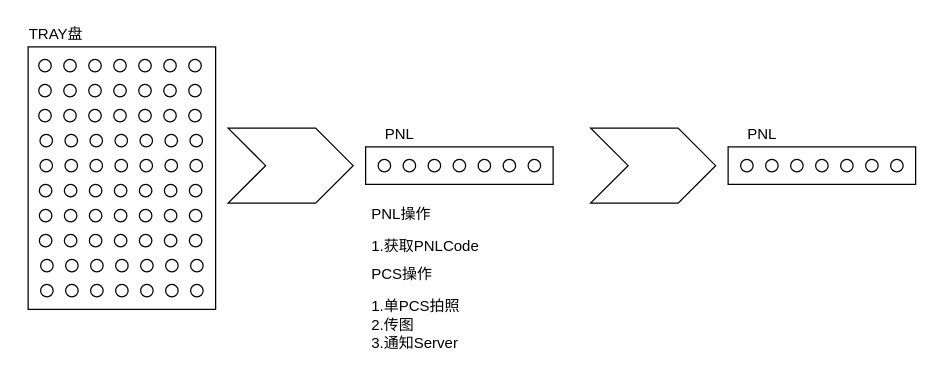
Above: AVI线体逻辑规划.drawio in LeaderXinjianSun/Drawio (draw.io), before the change. Source tidied: cells renumbered, new cells numbered last; positions are measured from the earlier drawing's top-left corner, leaving out a move shared by most shapes. Both pictures are drawn from the tidied source at 125%, with x=0, y=0 at pixel (21, 21).
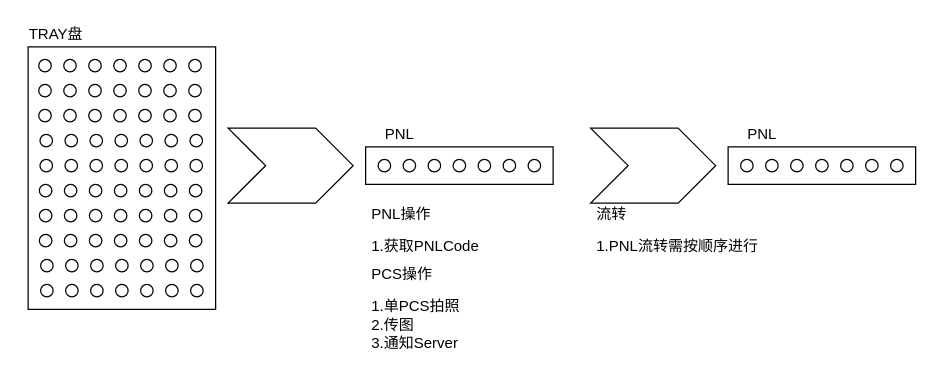
Above is the later version.

Commit message (it also covers changes not shown here):
更新AVI线体逻辑规划.drawio

What changed in the source:
```diff
@@
+    <mxCell id="97" value="&lt;p&gt;流转&lt;/p&gt;&lt;div&gt;1.PNL流转需按顺序进行&lt;/div&gt;" style="text;html=1;strokeColor=none;fillColor=none;spacing=5;spacingTop=-20;whiteSpace=wrap;overflow=hidden;rounded=0;" parent="1" vertex="1">
+      <mxGeometry x="455" y="145" width="150" height="45" as="geometry" />
+    </mxCell>
```
